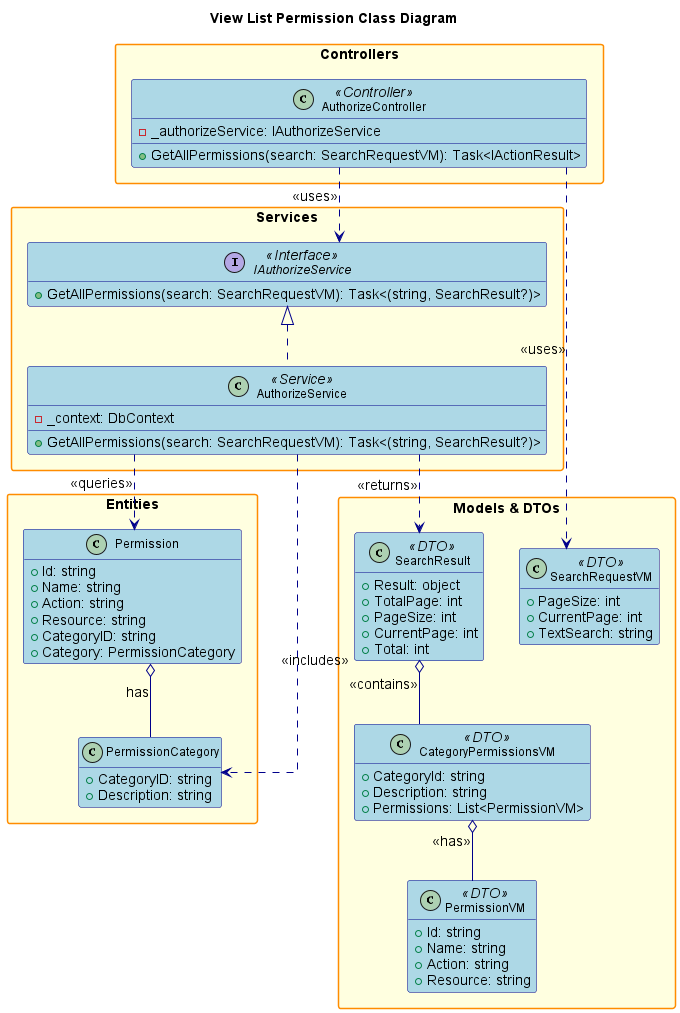
Before: design/out/viewlistpermission/viewlistpermission.png, a diagram exported from PlantUML (conghoan1211/AI-Kiosk-Testing-system). The source it was exported from:
```plantuml
@startuml

title View List Permission Class Diagram

hide empty members
skinparam packageStyle rectangle
skinparam linetype ortho
skinparam defaultFontSize 14
skinparam defaultFontName Arial
skinparam classFontSize 12
skinparam classFontName Arial
skinparam noteFontSize 11
skinparam noteFontName Arial

skinparam class {
    BackgroundColor LightBlue
    BorderColor DarkBlue
    ArrowColor DarkBlue
    FontSize 12
}

skinparam package {
    BackgroundColor LightYellow
    BorderColor DarkOrange
    FontSize 14
    FontStyle bold
}

skinparam interface {
    BackgroundColor LightGreen
    BorderColor DarkGreen
    FontSize 12
}

skinparam enum {
    BackgroundColor LightCyan
    BorderColor DarkCyan
    FontSize 12
}

package "Controllers" {
    class AuthorizeController <<Controller>> {
        - _authorizeService: IAuthorizeService
        + GetAllPermissions(search: SearchRequestVM): Task<IActionResult>
    }
}

package "Services" {
    interface IAuthorizeService <<Interface>> {
        + GetAllPermissions(search: SearchRequestVM): Task<(string, SearchResult?)>
    }
    class AuthorizeService <<Service>> {
        - _context: DbContext
        + GetAllPermissions(search: SearchRequestVM): Task<(string, SearchResult?)>
    }
}

package "Models & DTOs" {
    class SearchRequestVM <<DTO>> {
        + PageSize: int
        + CurrentPage: int
        + TextSearch: string
    }
    class SearchResult <<DTO>> {
        + Result: object
        + TotalPage: int
        + PageSize: int
        + CurrentPage: int
        + Total: int
    }
    class CategoryPermissionsVM <<DTO>> {
        + CategoryId: string
        + Description: string
        + Permissions: List<PermissionVM>
    }
    class PermissionVM <<DTO>> {
        + Id: string
        + Name: string
        + Action: string
        + Resource: string
    }
}

package "Entities" {
    class Permission {
        + Id: string
        + Name: string
        + Action: string
        + Resource: string
        + CategoryID: string
        + Category: PermissionCategory
    }
    class PermissionCategory {
        + CategoryID: string
        + Description: string
    }
}

AuthorizeController ..> IAuthorizeService : <<uses>>
AuthorizeController ..> SearchRequestVM : <<uses>>
IAuthorizeService <|.. AuthorizeService
AuthorizeService ..> Permission : <<queries>>
AuthorizeService ..> PermissionCategory : <<includes>>
AuthorizeService ..> SearchResult : <<returns>>
Permission o-- PermissionCategory : has
SearchResult o-- CategoryPermissionsVM : <<contains>>
CategoryPermissionsVM o-- PermissionVM : <<has>>

@enduml
```
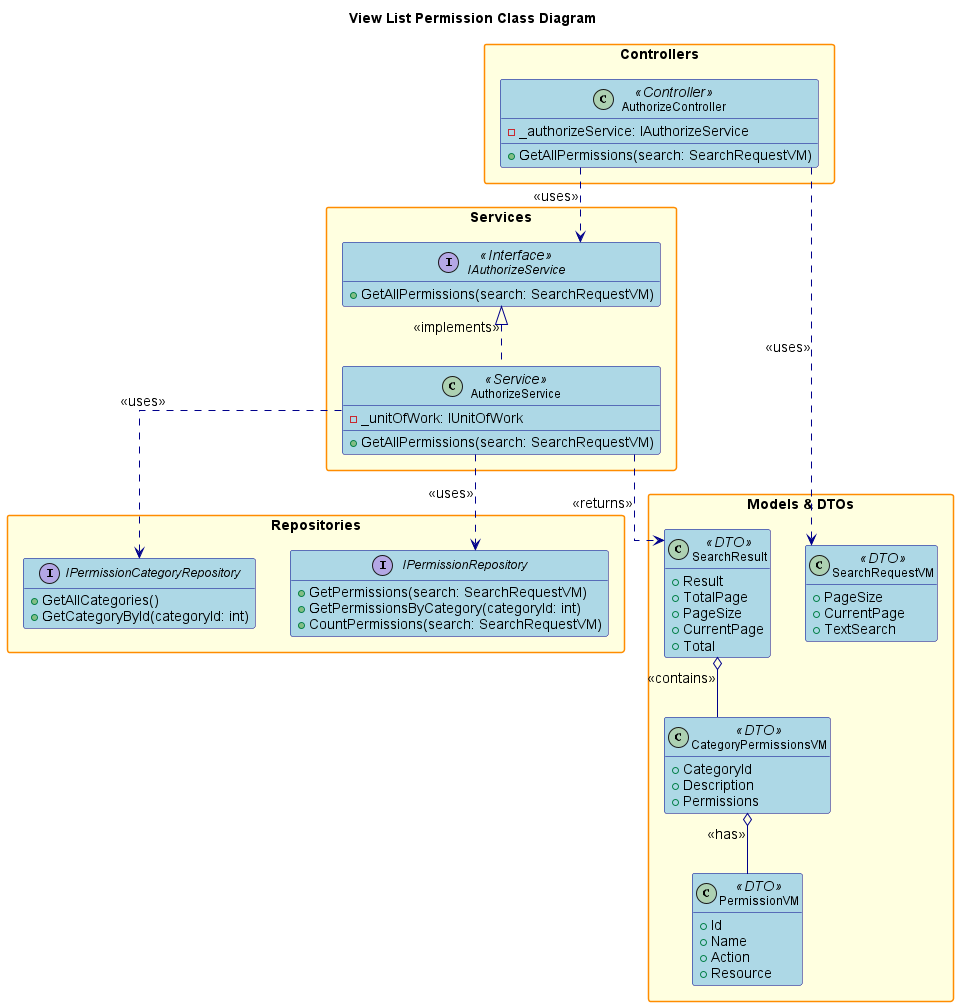
Later version of the same file.

What changed in the source:
```diff
@@ -1,6 +1,4 @@
 @startuml
-
-title View List Permission Class Diagram
 
 hide empty members
 skinparam packageStyle rectangle
@@ -25,84 +23,75 @@
     FontSize 14
     FontStyle bold
 }
-
 skinparam interface {
     BackgroundColor LightGreen
     BorderColor DarkGreen
     FontSize 12
 }
 
-skinparam enum {
-    BackgroundColor LightCyan
-    BorderColor DarkCyan
-    FontSize 12
-}
+title View List Permission Class Diagram
 
 package "Controllers" {
     class AuthorizeController <<Controller>> {
         - _authorizeService: IAuthorizeService
-        + GetAllPermissions(search: SearchRequestVM): Task<IActionResult>
+        + GetAllPermissions(search: SearchRequestVM)
     }
 }
 
 package "Services" {
     interface IAuthorizeService <<Interface>> {
-        + GetAllPermissions(search: SearchRequestVM): Task<(string, SearchResult?)>
+        + GetAllPermissions(search: SearchRequestVM)
     }
     class AuthorizeService <<Service>> {
-        - _context: DbContext
-        + GetAllPermissions(search: SearchRequestVM): Task<(string, SearchResult?)>
+        - _unitOfWork: IUnitOfWork
+        + GetAllPermissions(search: SearchRequestVM)
+    }
+}
+
+package "Repositories" {
+    interface IPermissionRepository {
+        + GetPermissions(search: SearchRequestVM)
+        + GetPermissionsByCategory(categoryId: int)
+        + CountPermissions(search: SearchRequestVM)
+    }
+    interface IPermissionCategoryRepository {
+        + GetAllCategories()
+        + GetCategoryById(categoryId: int)
     }
 }
 
 package "Models & DTOs" {
     class SearchRequestVM <<DTO>> {
-        + PageSize: int
-        + CurrentPage: int
-        + TextSearch: string
+        + PageSize
+        + CurrentPage
+        + TextSearch
     }
     class SearchResult <<DTO>> {
-        + Result: object
-        + TotalPage: int
-        + PageSize: int
-        + CurrentPage: int
-        + Total: int
+        + Result
+        + TotalPage
+        + PageSize
+        + CurrentPage
+        + Total
     }
     class CategoryPermissionsVM <<DTO>> {
-        + CategoryId: string
-        + Description: string
-        + Permissions: List<PermissionVM>
+        + CategoryId
+        + Description
+        + Permissions
     }
     class PermissionVM <<DTO>> {
-        + Id: string
-        + Name: string
-        + Action: string
-        + Resource: string
-    }
-}
-
-package "Entities" {
-    class Permission {
-        + Id: string
-        + Name: string
-        + Action: string
-        + Resource: string
-        + CategoryID: string
-        + Category: PermissionCategory
-    }
-    class PermissionCategory {
-        + CategoryID: string
-        + Description: string
+        + Id
+        + Name
+        + Action
+        + Resource
     }
 }
 
 AuthorizeController ..> IAuthorizeService : <<uses>>
 AuthorizeController ..> SearchRequestVM : <<uses>>
-IAuthorizeService <|.. AuthorizeService
-AuthorizeService ..> Permission : <<queries>>
-AuthorizeService ..> PermissionCategory : <<includes>>
+IAuthorizeService <|.. AuthorizeService : <<implements>>
+AuthorizeService ..> IPermissionRepository : <<uses>>
+AuthorizeService ..> IPermissionCategoryRepository : <<uses>>
 AuthorizeService ..> SearchResult : <<returns>>
-Permission o-- PermissionCategory : has
 SearchResult o-- CategoryPermissionsVM : <<contains>>
 CategoryPermissionsVM o-- PermissionVM : <<has>>
 
```
